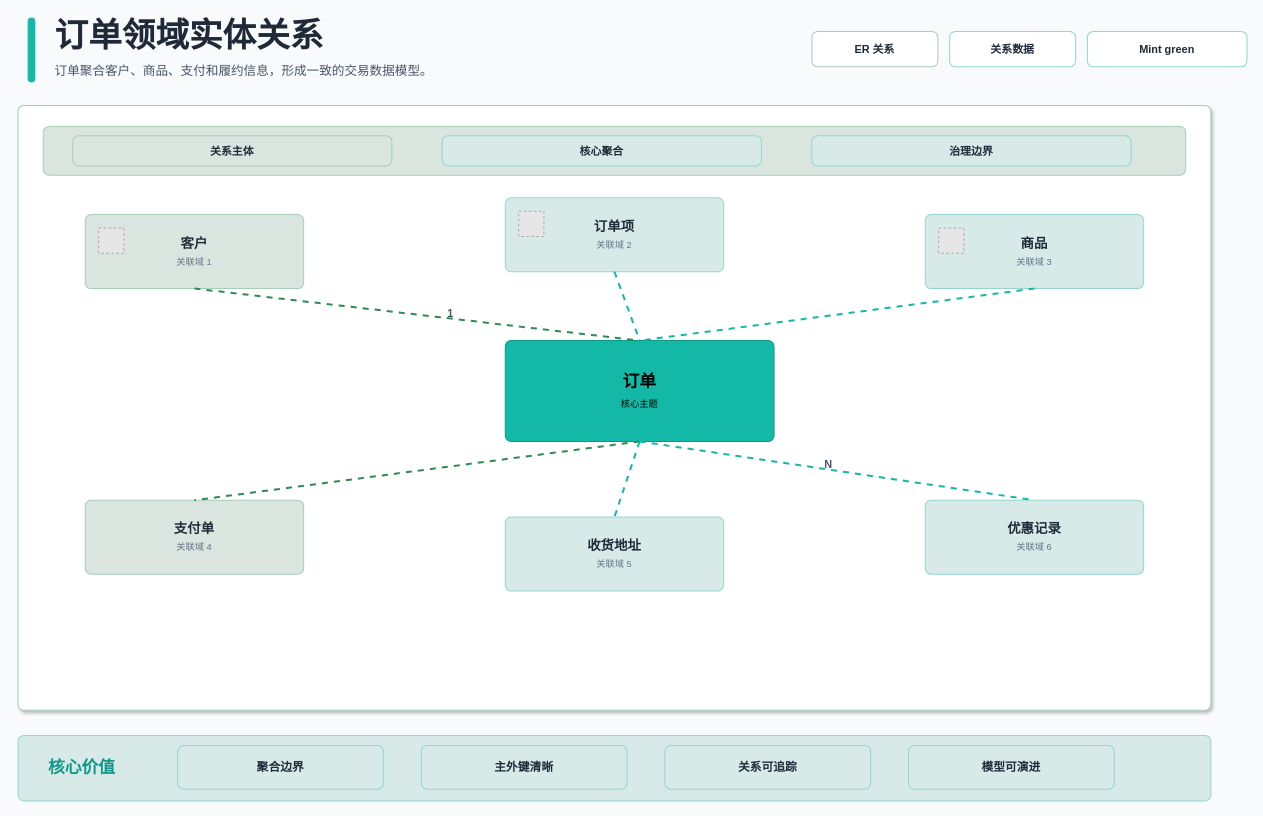
Before: .opencode/skills/xml-diagram/examples/relationship-er-mint-green-light-enterprise.drawio in BeWaterMyFriend7/SKILL-PROJECT, a draw.io diagram. Source tidied: cells renumbered, new cells numbered last; positions are measured from the earlier drawing's top-left corner, leaving out a move shared by most shapes. Both pictures are drawn from the tidied source at 84%, with x=0, y=0 at pixel (18, 14). Pictures stored in the file or linked from it are replaced by grey dashed boxes.
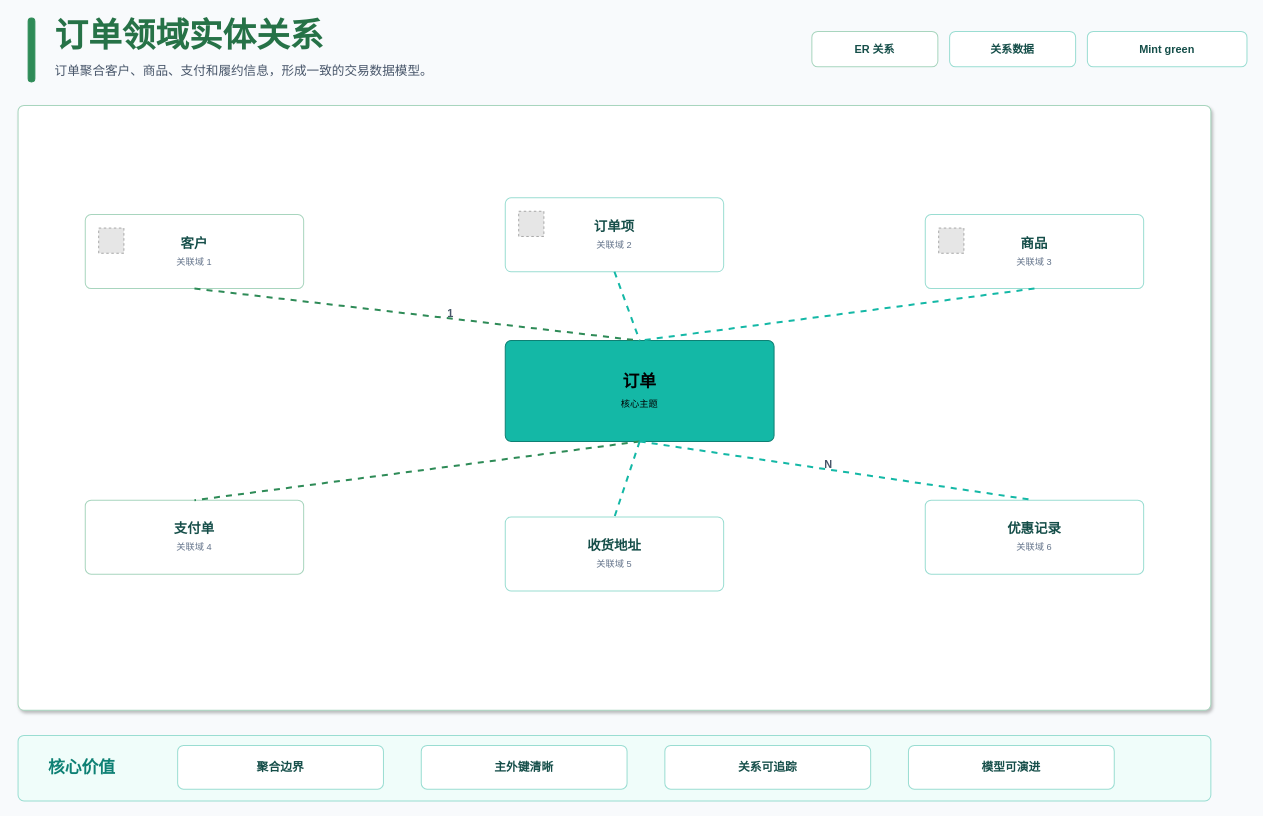
Above is the later version.

What changed in the source:
```diff
@@
-    <mxCell id="2" style="rounded=1;absoluteArcSize=1;arcSize=14;whiteSpace=wrap;html=1;fillColor=#14B8A6;strokeColor=#14B8A6;strokeWidth=1.2;fontColor=#000000;fontSize=12;fontFamily=Microsoft YaHei;align=center;verticalAlign=middle;" parent="1" vertex="1">
+    <mxCell id="2" style="rounded=1;absoluteArcSize=1;arcSize=14;whiteSpace=wrap;html=1;fillColor=#2E8B57;strokeColor=#2E8B57;strokeWidth=1.2;fontColor=#000000;fontSize=12;fontFamily=Microsoft YaHei;align=center;verticalAlign=middle;" parent="1" vertex="1">
       <mxGeometry x="12" y="4" width="8" height="76" as="geometry" />
     </mxCell>
-    <mxCell id="3" value="订单领域实体关系" style="rounded=1;absoluteArcSize=1;arcSize=14;whiteSpace=wrap;html=1;fillColor=none;strokeColor=none;strokeWidth=1.2;fontColor=#1F2937;fontSize=40;fontFamily=Microsoft YaHei;align=left;verticalAlign=middle;fontStyle=1;" parent="1" vertex="1">
+    <mxCell id="3" value="订单领域实体关系" style="rounded=1;absoluteArcSize=1;arcSize=14;whiteSpace=wrap;html=1;fillColor=none;strokeColor=none;strokeWidth=1.2;fontColor=#267247;fontSize=40;fontFamily=Microsoft YaHei;align=left;verticalAlign=middle;fontStyle=1;" parent="1" vertex="1">
       <mxGeometry x="42" width="760" height="48" as="geometry" />
     </mxCell>
@@
-    <mxCell id="5" value="ER 关系" style="rounded=1;absoluteArcSize=1;arcSize=14;whiteSpace=wrap;html=1;fillColor=#FFFFFF;strokeColor=#A7CEB8;strokeWidth=1.2;fontColor=#1F2937;fontSize=13;fontFamily=Microsoft YaHei;align=center;verticalAlign=middle;fontStyle=1;" parent="1" vertex="1">
+    <mxCell id="5" value="ER 关系" style="rounded=1;absoluteArcSize=1;arcSize=14;whiteSpace=wrap;html=1;fillColor=#FFFFFF;strokeColor=#A8D5BE;strokeWidth=1.2;fontColor=#154E49;fontSize=13;fontFamily=Microsoft YaHei;align=center;verticalAlign=middle;fontStyle=1;" parent="1" vertex="1">
       <mxGeometry x="945" y="20" width="150" height="42" as="geometry" />
     </mxCell>
-    <mxCell id="6" value="关系数据" style="rounded=1;absoluteArcSize=1;arcSize=14;whiteSpace=wrap;html=1;fillColor=#FFFFFF;strokeColor=#94D6CF;strokeWidth=1.2;fontColor=#1F2937;fontSize=13;fontFamily=Microsoft YaHei;align=center;verticalAlign=middle;fontStyle=1;" parent="1" vertex="1">
+    <mxCell id="6" value="关系数据" style="rounded=1;absoluteArcSize=1;arcSize=14;whiteSpace=wrap;html=1;fillColor=#FFFFFF;strokeColor=#9ADDD2;strokeWidth=1.2;fontColor=#154E49;fontSize=13;fontFamily=Microsoft YaHei;align=center;verticalAlign=middle;fontStyle=1;" parent="1" vertex="1">
       <mxGeometry x="1109" y="20" width="150" height="42" as="geometry" />
     </mxCell>
-    <mxCell id="7" value="Mint green" style="rounded=1;absoluteArcSize=1;arcSize=14;whiteSpace=wrap;html=1;fillColor=#FFFFFF;strokeColor=#94D6CF;strokeWidth=1.2;fontColor=#1F2937;fontSize=13;fontFamily=Microsoft YaHei;align=center;verticalAlign=middle;fontStyle=1;" parent="1" vertex="1">
+    <mxCell id="7" value="Mint green" style="rounded=1;absoluteArcSize=1;arcSize=14;whiteSpace=wrap;html=1;fillColor=#FFFFFF;strokeColor=#9ADDD2;strokeWidth=1.2;fontColor=#154E49;fontSize=13;fontFamily=Microsoft YaHei;align=center;verticalAlign=middle;fontStyle=1;" parent="1" vertex="1">
       <mxGeometry x="1273" y="20" width="190" height="42" as="geometry" />
     </mxCell>
-    <mxCell id="8" style="rounded=1;absoluteArcSize=1;arcSize=14;whiteSpace=wrap;html=1;fillColor=#FFFFFF;strokeColor=#A7CEB8;strokeWidth=1.2;fontColor=#1F2937;fontSize=15;fontFamily=Microsoft YaHei;align=center;verticalAlign=middle;shadow=1;" parent="1" vertex="1">
+    <mxCell id="8" style="rounded=1;absoluteArcSize=1;arcSize=14;whiteSpace=wrap;html=1;fillColor=#FFFFFF;strokeColor=#A8D5BE;strokeWidth=1.2;fontColor=#154E49;fontSize=15;fontFamily=Microsoft YaHei;align=center;verticalAlign=middle;shadow=1;" parent="1" vertex="1">
       <mxGeometry y="108" width="1420" height="720" as="geometry" />
     </mxCell>
-    <mxCell id="9" style="rounded=1;absoluteArcSize=1;arcSize=14;whiteSpace=wrap;html=1;fillColor=#DAE5DF;strokeColor=#A7CEB8;strokeWidth=1.2;fontColor=#1F2937;fontSize=15;fontFamily=Microsoft YaHei;align=center;verticalAlign=middle;" parent="1" vertex="1">
-      <mxGeometry x="30" y="133" width="1360" height="58" as="geometry" />
-    </mxCell>
-    <mxCell id="10" value="&lt;b&gt;关系主体&lt;/b&gt;" style="rounded=1;absoluteArcSize=1;arcSize=14;whiteSpace=wrap;html=1;fillColor=#DAE5DF;strokeColor=#A7CEB8;strokeWidth=1.2;fontColor=#1F2937;fontSize=13;fontFamily=Microsoft YaHei;align=center;verticalAlign=middle;" parent="1" vertex="1">
-      <mxGeometry x="65" y="144" width="380" height="36" as="geometry" />
-    </mxCell>
-    <mxCell id="11" value="&lt;b&gt;核心聚合&lt;/b&gt;" style="rounded=1;absoluteArcSize=1;arcSize=14;whiteSpace=wrap;html=1;fillColor=#D8EAE8;strokeColor=#94D6CF;strokeWidth=1.2;fontColor=#1F2937;fontSize=13;fontFamily=Microsoft YaHei;align=center;verticalAlign=middle;" parent="1" vertex="1">
-      <mxGeometry x="505" y="144" width="380" height="36" as="geometry" />
-    </mxCell>
-    <mxCell id="12" value="&lt;b&gt;治理边界&lt;/b&gt;" style="rounded=1;absoluteArcSize=1;arcSize=14;whiteSpace=wrap;html=1;fillColor=#D8EAE8;strokeColor=#94D6CF;strokeWidth=1.2;fontColor=#1F2937;fontSize=13;fontFamily=Microsoft YaHei;align=center;verticalAlign=middle;" parent="1" vertex="1">
-      <mxGeometry x="945" y="144" width="380" height="36" as="geometry" />
-    </mxCell>
-    <mxCell id="13" style="rounded=1;absoluteArcSize=1;arcSize=14;whiteSpace=wrap;html=1;fillColor=#D8EAE8;strokeColor=#94D6CF;strokeWidth=1.2;fontColor=#1F2937;fontSize=15;fontFamily=Microsoft YaHei;align=center;verticalAlign=middle;" parent="1" vertex="1">
+    <mxCell id="13" style="rounded=1;absoluteArcSize=1;arcSize=14;whiteSpace=wrap;html=1;fillColor=#F0FDFA;strokeColor=#9ADDD2;strokeWidth=1.2;fontColor=#154E49;fontSize=15;fontFamily=Microsoft YaHei;align=center;verticalAlign=middle;" parent="1" vertex="1">
       <mxGeometry y="858" width="1420" height="78" as="geometry" />
     </mxCell>
-    <mxCell id="14" value="&lt;b&gt;聚合边界&lt;/b&gt;" style="rounded=1;absoluteArcSize=1;arcSize=14;whiteSpace=wrap;html=1;fillColor=#D8EAE8;strokeColor=#94D6CF;strokeWidth=1.2;fontColor=#1F2937;fontSize=14;fontFamily=Microsoft YaHei;align=center;verticalAlign=middle;" parent="1" vertex="1">
+    <mxCell id="14" value="&lt;b&gt;聚合边界&lt;/b&gt;" style="rounded=1;absoluteArcSize=1;arcSize=14;whiteSpace=wrap;html=1;fillColor=#FFFFFF;strokeColor=#9ADDD2;strokeWidth=1.2;fontColor=#154E49;fontSize=14;fontFamily=Microsoft YaHei;align=center;verticalAlign=middle;" parent="1" vertex="1">
       <mxGeometry x="190" y="870" width="245" height="52" as="geometry" />
     </mxCell>
-    <mxCell id="15" value="&lt;b&gt;主外键清晰&lt;/b&gt;" style="rounded=1;absoluteArcSize=1;arcSize=14;whiteSpace=wrap;html=1;fillColor=#D8EAE8;strokeColor=#94D6CF;strokeWidth=1.2;fontColor=#1F2937;fontSize=14;fontFamily=Microsoft YaHei;align=center;verticalAlign=middle;" parent="1" vertex="1">
+    <mxCell id="15" value="&lt;b&gt;主外键清晰&lt;/b&gt;" style="rounded=1;absoluteArcSize=1;arcSize=14;whiteSpace=wrap;html=1;fillColor=#FFFFFF;strokeColor=#9ADDD2;strokeWidth=1.2;fontColor=#154E49;fontSize=14;fontFamily=Microsoft YaHei;align=center;verticalAlign=middle;" parent="1" vertex="1">
       <mxGeometry x="480" y="870" width="245" height="52" as="geometry" />
     </mxCell>
-    <mxCell id="16" value="&lt;b&gt;关系可追踪&lt;/b&gt;" style="rounded=1;absoluteArcSize=1;arcSize=14;whiteSpace=wrap;html=1;fillColor=#D8EAE8;strokeColor=#94D6CF;strokeWidth=1.2;fontColor=#1F2937;fontSize=14;fontFamily=Microsoft YaHei;align=center;verticalAlign=middle;" parent="1" vertex="1">
+    <mxCell id="16" value="&lt;b&gt;关系可追踪&lt;/b&gt;" style="rounded=1;absoluteArcSize=1;arcSize=14;whiteSpace=wrap;html=1;fillColor=#FFFFFF;strokeColor=#9ADDD2;strokeWidth=1.2;fontColor=#154E49;fontSize=14;fontFamily=Microsoft YaHei;align=center;verticalAlign=middle;" parent="1" vertex="1">
       <mxGeometry x="770" y="870" width="245" height="52" as="geometry" />
     </mxCell>
-    <mxCell id="17" value="&lt;b&gt;模型可演进&lt;/b&gt;" style="rounded=1;absoluteArcSize=1;arcSize=14;whiteSpace=wrap;html=1;fillColor=#D8EAE8;strokeColor=#94D6CF;strokeWidth=1.2;fontColor=#1F2937;fontSize=14;fontFamily=Microsoft YaHei;align=center;verticalAlign=middle;" parent="1" vertex="1">
+    <mxCell id="17" value="&lt;b&gt;模型可演进&lt;/b&gt;" style="rounded=1;absoluteArcSize=1;arcSize=14;whiteSpace=wrap;html=1;fillColor=#FFFFFF;strokeColor=#9ADDD2;strokeWidth=1.2;fontColor=#154E49;fontSize=14;fontFamily=Microsoft YaHei;align=center;verticalAlign=middle;" parent="1" vertex="1">
       <mxGeometry x="1060" y="870" width="245" height="52" as="geometry" />
     </mxCell>
-    <mxCell id="18" value="&lt;b&gt;订单&lt;/b&gt;&lt;br&gt;&lt;font style='font-size:11px;color:#000000'&gt;核心主题&lt;/font&gt;" style="rounded=1;absoluteArcSize=1;arcSize=14;whiteSpace=wrap;html=1;fillColor=#14B8A6;strokeColor=#109788;strokeWidth=1.2;fontColor=#000000;fontSize=20;fontFamily=Microsoft YaHei;align=center;verticalAlign=middle;" parent="1" vertex="1">
+    <mxCell id="18" value="&lt;b&gt;订单&lt;/b&gt;&lt;br&gt;&lt;font style='font-size:11px;color:#000000'&gt;核心主题&lt;/font&gt;" style="rounded=1;absoluteArcSize=1;arcSize=14;whiteSpace=wrap;html=1;fillColor=#14B8A6;strokeColor=#0E8074;strokeWidth=1.2;fontColor=#000000;fontSize=20;fontFamily=Microsoft YaHei;align=center;verticalAlign=middle;" parent="1" vertex="1">
       <mxGeometry x="580" y="388" width="320" height="120" as="geometry" />
     </mxCell>
-    <mxCell id="19" value="&lt;b&gt;客户&lt;/b&gt;&lt;br&gt;&lt;font style='font-size:11px;color:#64748B'&gt;关联域 1&lt;/font&gt;" style="rounded=1;absoluteArcSize=1;arcSize=14;whiteSpace=wrap;html=1;fillColor=#DAE5DF;strokeColor=#A7CEB8;strokeWidth=1.2;fontColor=#1F2937;fontSize=16;fontFamily=Microsoft YaHei;align=center;verticalAlign=middle;" parent="1" vertex="1">
+    <mxCell id="19" value="&lt;b&gt;客户&lt;/b&gt;&lt;br&gt;&lt;font style='font-size:11px;color:#64748B'&gt;关联域 1&lt;/font&gt;" style="rounded=1;absoluteArcSize=1;arcSize=14;whiteSpace=wrap;html=1;fillColor=#FFFFFF;strokeColor=#A8D5BE;strokeWidth=1.2;fontColor=#154E49;fontSize=16;fontFamily=Microsoft YaHei;align=center;verticalAlign=middle;" parent="1" vertex="1">
       <mxGeometry x="80" y="238" width="260" height="88" as="geometry" />
     </mxCell>
-    <mxCell id="20" value="&lt;b&gt;订单项&lt;/b&gt;&lt;br&gt;&lt;font style='font-size:11px;color:#64748B'&gt;关联域 2&lt;/font&gt;" style="rounded=1;absoluteArcSize=1;arcSize=14;whiteSpace=wrap;html=1;fillColor=#D8EAE8;strokeColor=#94D6CF;strokeWidth=1.2;fontColor=#1F2937;fontSize=16;fontFamily=Microsoft YaHei;align=center;verticalAlign=middle;" parent="1" vertex="1">
+    <mxCell id="20" value="&lt;b&gt;订单项&lt;/b&gt;&lt;br&gt;&lt;font style='font-size:11px;color:#64748B'&gt;关联域 2&lt;/font&gt;" style="rounded=1;absoluteArcSize=1;arcSize=14;whiteSpace=wrap;html=1;fillColor=#FFFFFF;strokeColor=#9ADDD2;strokeWidth=1.2;fontColor=#154E49;fontSize=16;fontFamily=Microsoft YaHei;align=center;verticalAlign=middle;" parent="1" vertex="1">
       <mxGeometry x="580" y="218" width="260" height="88" as="geometry" />
     </mxCell>
-    <mxCell id="21" value="&lt;b&gt;商品&lt;/b&gt;&lt;br&gt;&lt;font style='font-size:11px;color:#64748B'&gt;关联域 3&lt;/font&gt;" style="rounded=1;absoluteArcSize=1;arcSize=14;whiteSpace=wrap;html=1;fillColor=#D8EAE8;strokeColor=#94D6CF;strokeWidth=1.2;fontColor=#1F2937;fontSize=16;fontFamily=Microsoft YaHei;align=center;verticalAlign=middle;" parent="1" vertex="1">
+    <mxCell id="21" value="&lt;b&gt;商品&lt;/b&gt;&lt;br&gt;&lt;font style='font-size:11px;color:#64748B'&gt;关联域 3&lt;/font&gt;" style="rounded=1;absoluteArcSize=1;arcSize=14;whiteSpace=wrap;html=1;fillColor=#FFFFFF;strokeColor=#9ADDD2;strokeWidth=1.2;fontColor=#154E49;fontSize=16;fontFamily=Microsoft YaHei;align=center;verticalAlign=middle;" parent="1" vertex="1">
       <mxGeometry x="1080" y="238" width="260" height="88" as="geometry" />
     </mxCell>
-    <mxCell id="22" value="&lt;b&gt;支付单&lt;/b&gt;&lt;br&gt;&lt;font style='font-size:11px;color:#64748B'&gt;关联域 4&lt;/font&gt;" style="rounded=1;absoluteArcSize=1;arcSize=14;whiteSpace=wrap;html=1;fillColor=#DAE5DF;strokeColor=#A7CEB8;strokeWidth=1.2;fontColor=#1F2937;fontSize=16;fontFamily=Microsoft YaHei;align=center;verticalAlign=middle;" parent="1" vertex="1">
+    <mxCell id="22" value="&lt;b&gt;支付单&lt;/b&gt;&lt;br&gt;&lt;font style='font-size:11px;color:#64748B'&gt;关联域 4&lt;/font&gt;" style="rounded=1;absoluteArcSize=1;arcSize=14;whiteSpace=wrap;html=1;fillColor=#FFFFFF;strokeColor=#A8D5BE;strokeWidth=1.2;fontColor=#154E49;fontSize=16;fontFamily=Microsoft YaHei;align=center;verticalAlign=middle;" parent="1" vertex="1">
       <mxGeometry x="80" y="578" width="260" height="88" as="geometry" />
     </mxCell>
-    <mxCell id="23" value="&lt;b&gt;收货地址&lt;/b&gt;&lt;br&gt;&lt;font style='font-size:11px;color:#64748B'&gt;关联域 5&lt;/font&gt;" style="rounded=1;absoluteArcSize=1;arcSize=14;whiteSpace=wrap;html=1;fillColor=#D8EAE8;strokeColor=#94D6CF;strokeWidth=1.2;fontColor=#1F2937;fontSize=16;fontFamily=Microsoft YaHei;align=center;verticalAlign=middle;" parent="1" vertex="1">
+    <mxCell id="23" value="&lt;b&gt;收货地址&lt;/b&gt;&lt;br&gt;&lt;font style='font-size:11px;color:#64748B'&gt;关联域 5&lt;/font&gt;" style="rounded=1;absoluteArcSize=1;arcSize=14;whiteSpace=wrap;html=1;fillColor=#FFFFFF;strokeColor=#9ADDD2;strokeWidth=1.2;fontColor=#154E49;fontSize=16;fontFamily=Microsoft YaHei;align=center;verticalAlign=middle;" parent="1" vertex="1">
       <mxGeometry x="580" y="598" width="260" height="88" as="geometry" />
     </mxCell>
-    <mxCell id="24" value="&lt;b&gt;优惠记录&lt;/b&gt;&lt;br&gt;&lt;font style='font-size:11px;color:#64748B'&gt;关联域 6&lt;/font&gt;" style="rounded=1;absoluteArcSize=1;arcSize=14;whiteSpace=wrap;html=1;fillColor=#D8EAE8;strokeColor=#94D6CF;strokeWidth=1.2;fontColor=#1F2937;fontSize=16;fontFamily=Microsoft YaHei;align=center;verticalAlign=middle;" parent="1" vertex="1">
+    <mxCell id="24" value="&lt;b&gt;优惠记录&lt;/b&gt;&lt;br&gt;&lt;font style='font-size:11px;color:#64748B'&gt;关联域 6&lt;/font&gt;" style="rounded=1;absoluteArcSize=1;arcSize=14;whiteSpace=wrap;html=1;fillColor=#FFFFFF;strokeColor=#9ADDD2;strokeWidth=1.2;fontColor=#154E49;fontSize=16;fontFamily=Microsoft YaHei;align=center;verticalAlign=middle;" parent="1" vertex="1">
       <mxGeometry x="1080" y="578" width="260" height="88" as="geometry" />
     </mxCell>
-    <mxCell id="25" value="核心价值" style="rounded=1;absoluteArcSize=1;arcSize=14;whiteSpace=wrap;html=1;fillColor=none;strokeColor=none;strokeWidth=1.2;fontColor=#109788;fontSize=20;fontFamily=Microsoft YaHei;align=left;verticalAlign=middle;fontStyle=1;" parent="1" vertex="1">
+    <mxCell id="25" value="核心价值" style="rounded=1;absoluteArcSize=1;arcSize=14;whiteSpace=wrap;html=1;fillColor=none;strokeColor=none;strokeWidth=1.2;fontColor=#0E8074;fontSize=20;fontFamily=Microsoft YaHei;align=left;verticalAlign=middle;fontStyle=1;" parent="1" vertex="1">
       <mxGeometry x="34" y="874" width="130" height="42" as="geometry" />
     </mxCell>
```
